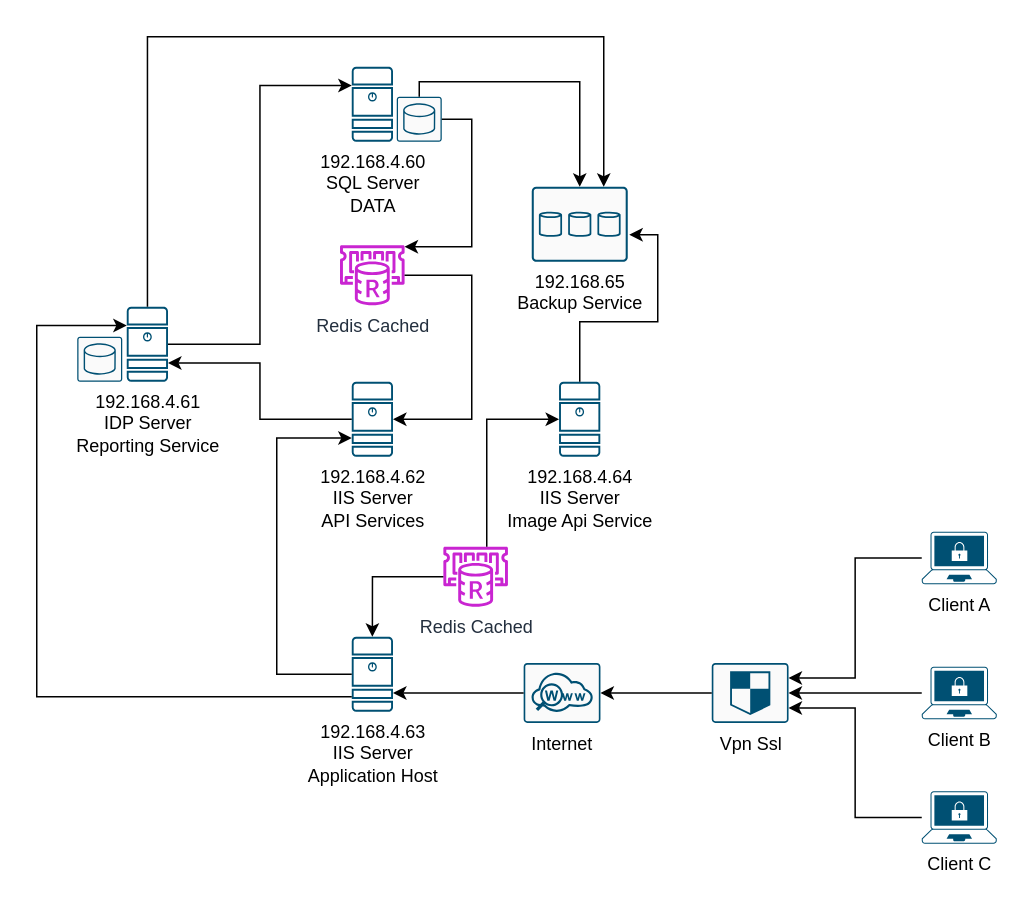
Before: Untitled Diagram.drawio in osvcarign/charts, a draw.io diagram. Source tidied: cells renumbered, new cells numbered last; positions are measured from the earlier drawing's top-left corner, leaving out a move shared by most shapes. Both pictures are drawn from the tidied source at 150%, with x=0, y=0 at pixel (36, 36).
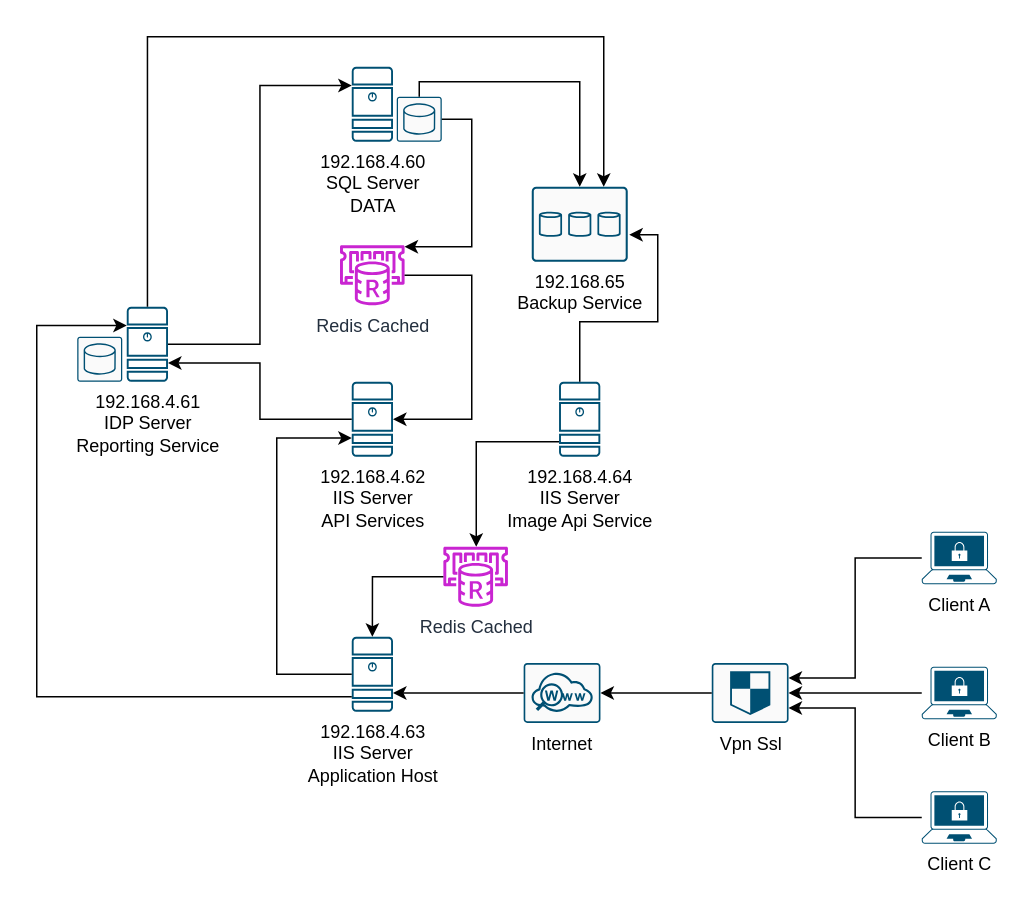
The same diagram, later.

Commit message:
Redis Cached Image

The change refers to these unchanged cells:
```xml
<mxCell id="22" value="192.168.4.64&lt;br&gt;&lt;div&gt;IIS Server&lt;br&gt;&lt;/div&gt;&lt;div&gt;Image Api Service&lt;br&gt;&lt;/div&gt;" style="sketch=0;points=[[0.015,0.015,0],[0.985,0.015,0],[0.985,0.985,0],[0.015,0.985,0],[0.25,0,0],[0.5,0,0],[0.75,0,0],[1,0.25,0],[1,0.5,0],[1,0.75,0],[0.75,1,0],[0.5,1,0],[0.25,1,0],[0,0.75,0],[0,0.5,0],[0,0.25,0]];verticalLabelPosition=bottom;html=1;verticalAlign=top;align=center;shape=mxgraph.cisco19.server;fillColor=#005073;strokeColor=none;" parent="1" vertex="1">
  <mxGeometry x="348.2" y="230" width="27.5" height="50" as="geometry" />
</mxCell>
<mxCell id="32" value="Redis Cached" style="sketch=0;outlineConnect=0;fontColor=#232F3E;gradientColor=none;fillColor=#C925D1;strokeColor=none;dashed=0;verticalLabelPosition=bottom;verticalAlign=top;align=center;html=1;fontSize=12;fontStyle=0;shape=mxgraph.aws4.elasticache_for_redis;" parent="1" vertex="1">
  <mxGeometry x="270" y="340" width="45.2" height="40" as="geometry" />
</mxCell>
```

Diff of the diagram source:
```diff
@@
+    <mxCell id="35" style="edgeStyle=orthogonalEdgeStyle;rounded=0;jettySize=auto;html=1;" parent="1" edge="1" source="22" target="32">
+      <mxGeometry relative="1" as="geometry">
+        <Array as="points">
+          <mxPoint x="293" y="270" />
+        </Array>
+      </mxGeometry>
+    </mxCell>
@@
-    <mxCell id="33" style="edgeStyle=orthogonalEdgeStyle;rounded=0;jettySize=auto;html=1;entryX=0;entryY=0.5;entryDx=0;entryDy=0;entryPerimeter=0;" parent="1" edge="1" source="32" target="22">
-      <mxGeometry relative="1" as="geometry">
-        <Array as="points">
-          <mxPoint x="300" y="255" />
-        </Array>
-      </mxGeometry>
-    </mxCell>
```
